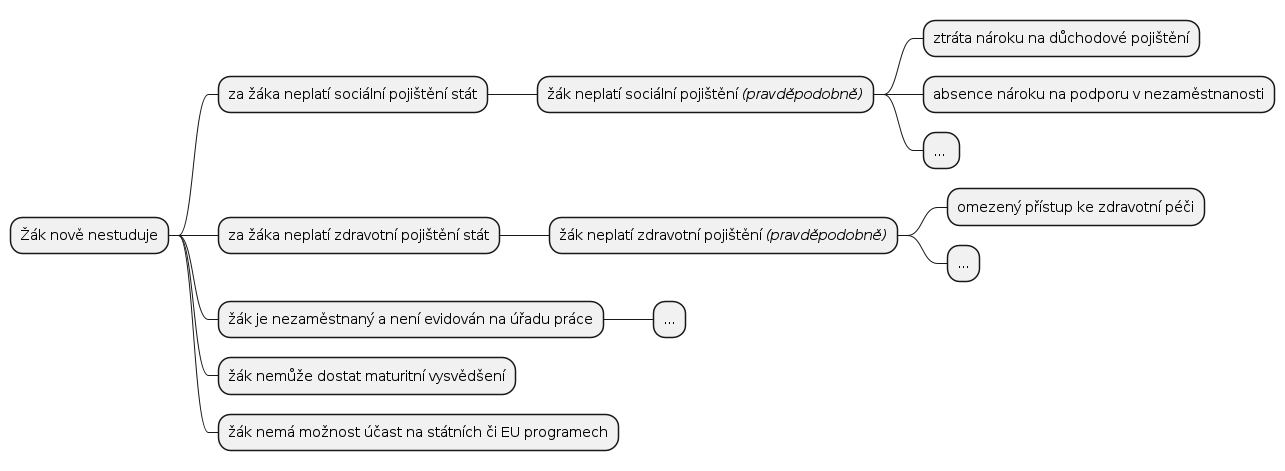
This is img/dusledky-nestudia.png from DanielADK/tul-prj, a PlantUML export, as it was before one commit.
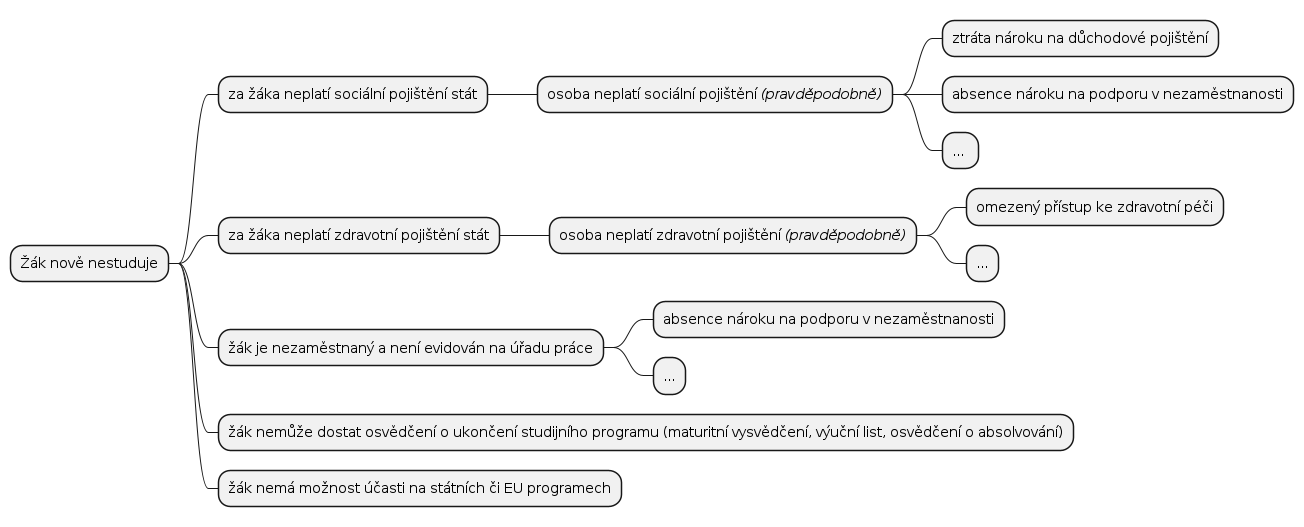
After the commit.

What changed in the source:
```diff
@@ -1,16 +1,17 @@
 @startmindmap
 * Žák nově nestuduje
 ** za žáka neplatí sociální pojištění stát
-*** žák neplatí sociální pojištění <i>(pravděpodobně)</i>
+*** osoba neplatí sociální pojištění <i>(pravděpodobně)</i>
 **** ztráta nároku na důchodové pojištění
 **** absence nároku na podporu v nezaměstnanosti
 **** ...
 ** za žáka neplatí zdravotní pojištění stát
-*** žák neplatí zdravotní pojištění <i>(pravděpodobně)</i>
+*** osoba neplatí zdravotní pojištění <i>(pravděpodobně)</i>
 **** omezený přístup ke zdravotní péči
 **** ...
 ** žák je nezaměstnaný a není evidován na úřadu práce
+*** absence nároku na podporu v nezaměstnanosti
 *** ...
-** žák nemůže dostat maturitní vysvědšení
-** žák nemá možnost účast na státních či EU programech
+** žák nemůže dostat osvědčení o ukončení studijního programu (maturitní vysvědčení, výuční list, osvědčení o absolvování)
+** žák nemá možnost účasti na státních či EU programech
 @endmindmap
```
